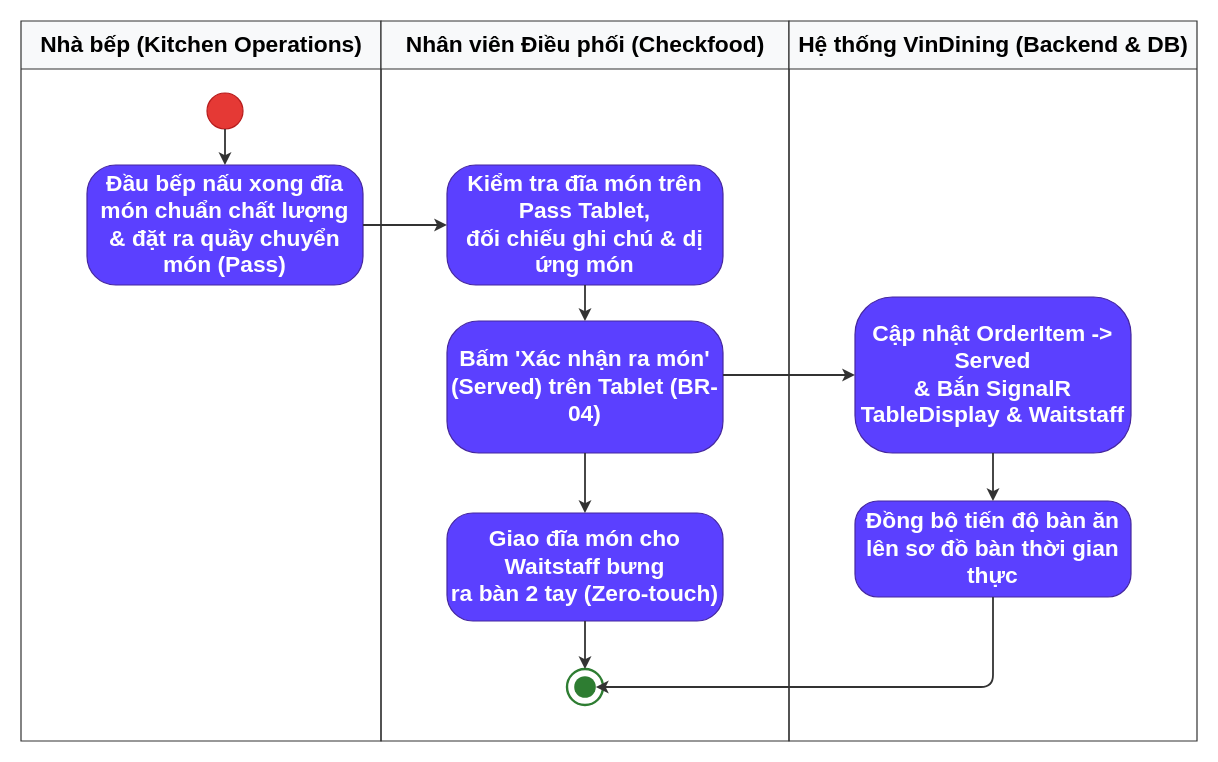
AndrewQng/VinDining keeps this draw.io diagram as docs/phase1/drawio/ad03_serving_confirmation.drawio. Above is the earlier version. Source tidied: cells renumbered, new cells numbered last; positions are measured from the earlier drawing's top-left corner, leaving out a move shared by most shapes. Both pictures are drawn from the tidied source at 120%, with x=0, y=0 at pixel (20, 20).
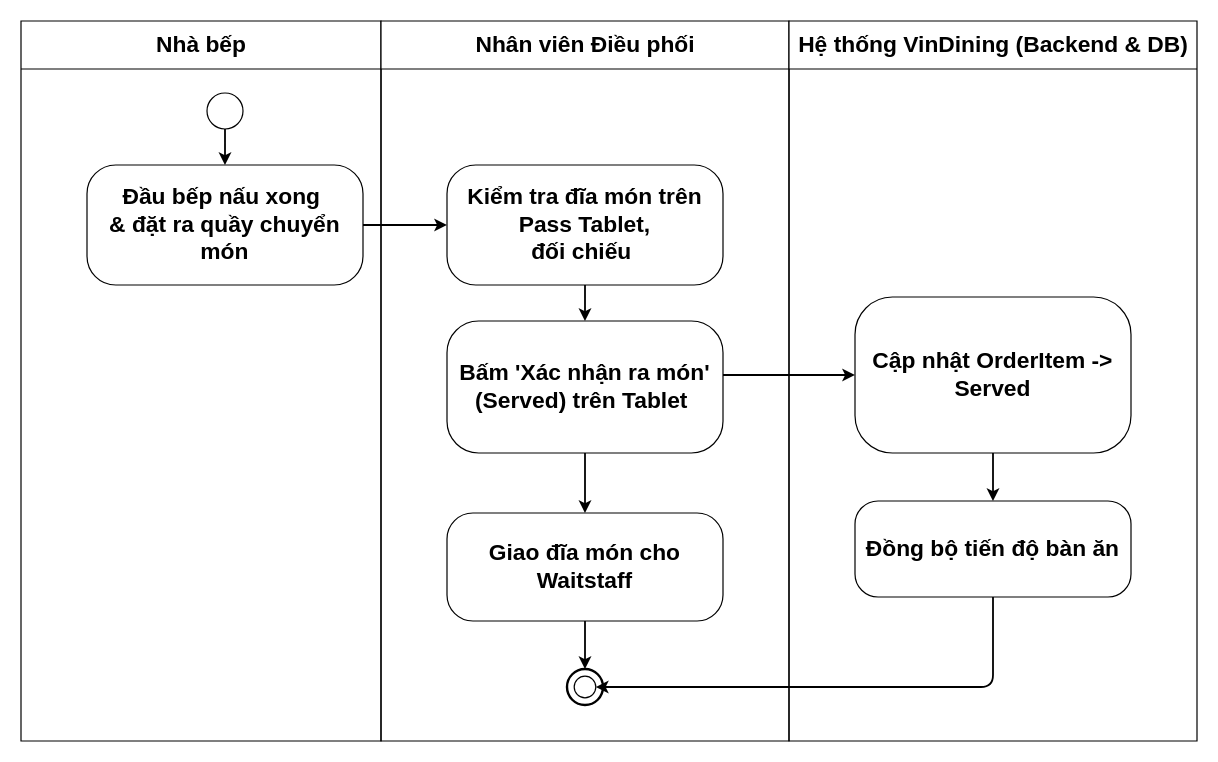
After the change.

The edit, as a diff of the source:
```diff
@@
-    <mxCell id="2" value="Nhà bếp (Kitchen Operations)" style="swimlane;html=1;startSize=40;horizontal=1;fontStyle=1;fontSize=19;align=center;verticalAlign=middle;fillColor=#f8f9fa;strokeColor=#333333;swimlaneLine=1;" parent="1" vertex="1">
+    <mxCell id="2" value="Nhà bếp" style="swimlane;html=1;startSize=40;horizontal=1;fontStyle=1;fontSize=19;align=center;verticalAlign=middle;swimlaneLine=1;" parent="1" vertex="1">
       <mxGeometry width="300" height="600" as="geometry" />
     </mxCell>
-    <mxCell id="3" style="ellipse;whiteSpace=wrap;html=1;fillColor=#e53935;strokeColor=#b71c1c;fontSize=19;" parent="2" vertex="1">
+    <mxCell id="3" style="ellipse;whiteSpace=wrap;html=1;fontSize=19;" parent="2" vertex="1">
       <mxGeometry x="155" y="60" width="30" height="30" as="geometry" />
     </mxCell>
-    <mxCell id="4" value="Đầu bếp nấu xong đĩa món chuẩn chất lượng&#10;&amp;amp; đặt ra quầy chuyển món (Pass)" style="rounded=1;arcSize=24;whiteSpace=wrap;html=1;fillColor=#5b40ff;strokeColor=#4527a0;fontColor=#ffffff;fontStyle=1;fontSize=19;align=center;verticalAlign=middle;" parent="2" vertex="1">
+    <mxCell id="4" value="Đầu bếp nấu xong&amp;nbsp;&lt;br&gt;&amp;amp; đặt ra quầy chuyển món" style="rounded=1;arcSize=24;whiteSpace=wrap;html=1;fontStyle=1;fontSize=19;align=center;verticalAlign=middle;" parent="2" vertex="1">
       <mxGeometry x="55" y="120" width="230" height="100" as="geometry" />
     </mxCell>
-    <mxCell id="5" value="Nhân viên Điều phối (Checkfood)" style="swimlane;html=1;startSize=40;horizontal=1;fontStyle=1;fontSize=19;align=center;verticalAlign=middle;fillColor=#f8f9fa;strokeColor=#333333;swimlaneLine=1;" parent="1" vertex="1">
+    <mxCell id="5" value="Nhân viên Điều phối" style="swimlane;html=1;startSize=40;horizontal=1;fontStyle=1;fontSize=19;align=center;verticalAlign=middle;swimlaneLine=1;" parent="1" vertex="1">
       <mxGeometry x="300" width="340" height="600" as="geometry" />
     </mxCell>
-    <mxCell id="6" value="Kiểm tra đĩa món trên Pass Tablet,&#10;đối chiếu ghi chú &amp;amp; dị ứng món" style="rounded=1;arcSize=24;whiteSpace=wrap;html=1;fillColor=#5b40ff;strokeColor=#4527a0;fontColor=#ffffff;fontStyle=1;fontSize=19;align=center;verticalAlign=middle;" parent="5" vertex="1">
+    <mxCell id="6" value="Kiểm tra đĩa món trên Pass Tablet,&lt;br&gt;đối chiếu&amp;nbsp;" style="rounded=1;arcSize=24;whiteSpace=wrap;html=1;fontStyle=1;fontSize=19;align=center;verticalAlign=middle;" parent="5" vertex="1">
       <mxGeometry x="55" y="120" width="230" height="100" as="geometry" />
     </mxCell>
-    <mxCell id="7" value="Bấm 'Xác nhận ra món'&#10;(Served) trên Tablet (BR-04)" style="rounded=1;arcSize=24;whiteSpace=wrap;html=1;fillColor=#5b40ff;strokeColor=#4527a0;fontColor=#ffffff;fontStyle=1;fontSize=19;align=center;verticalAlign=middle;" parent="5" vertex="1">
+    <mxCell id="7" value="Bấm 'Xác nhận ra món'&lt;br&gt;(Served) trên Tablet&amp;nbsp;" style="rounded=1;arcSize=24;whiteSpace=wrap;html=1;fontStyle=1;fontSize=19;align=center;verticalAlign=middle;" parent="5" vertex="1">
       <mxGeometry x="55" y="250" width="230" height="110" as="geometry" />
     </mxCell>
-    <mxCell id="8" value="Giao đĩa món cho Waitstaff bưng&#10;ra bàn 2 tay (Zero-touch)" style="rounded=1;arcSize=24;whiteSpace=wrap;html=1;fillColor=#5b40ff;strokeColor=#4527a0;fontColor=#ffffff;fontStyle=1;fontSize=19;align=center;verticalAlign=middle;" parent="5" vertex="1">
+    <mxCell id="8" value="Giao đĩa món cho Waitstaff" style="rounded=1;arcSize=24;whiteSpace=wrap;html=1;fontStyle=1;fontSize=19;align=center;verticalAlign=middle;" parent="5" vertex="1">
       <mxGeometry x="55" y="410" width="230" height="90" as="geometry" />
     </mxCell>
-    <mxCell id="9" style="ellipse;whiteSpace=wrap;html=1;fillColor=#ffffff;strokeColor=#2e7d32;strokeWidth=2;fontSize=19;" parent="5" vertex="1">
+    <mxCell id="9" style="ellipse;whiteSpace=wrap;html=1;strokeWidth=2;fontSize=19;" parent="5" vertex="1">
       <mxGeometry x="155" y="540" width="30" height="30" as="geometry" />
     </mxCell>
-    <mxCell id="10" style="ellipse;whiteSpace=wrap;html=1;fillColor=#2e7d32;strokeColor=none;fontSize=19;" parent="5" vertex="1">
+    <mxCell id="10" style="ellipse;whiteSpace=wrap;html=1;fontSize=19;" parent="5" vertex="1">
       <mxGeometry x="161" y="546" width="18" height="18" as="geometry" />
     </mxCell>
-    <mxCell id="11" style="edgeStyle=orthogonalEdgeStyle;rounded=1;jettySize=auto;html=1;strokeColor=#333333;strokeWidth=1.5;fontSize=19;fontColor=#333333;" parent="5" edge="1" source="7" target="8">
+    <mxCell id="11" style="edgeStyle=orthogonalEdgeStyle;rounded=1;jettySize=auto;html=1;strokeWidth=1.5;fontSize=19;fontColor=#333333;" parent="5" edge="1" source="7" target="8">
       <mxGeometry relative="1" as="geometry" />
     </mxCell>
-    <mxCell id="12" style="edgeStyle=orthogonalEdgeStyle;rounded=1;jettySize=auto;html=1;strokeColor=#333333;strokeWidth=1.5;fontSize=19;fontColor=#333333;" parent="5" edge="1" source="8" target="9">
+    <mxCell id="12" style="edgeStyle=orthogonalEdgeStyle;rounded=1;jettySize=auto;html=1;strokeWidth=1.5;fontSize=19;fontColor=#333333;" parent="5" edge="1" source="8" target="9">
       <mxGeometry relative="1" as="geometry" />
     </mxCell>
-    <mxCell id="13" value="Hệ thống VinDining (Backend &amp;amp; DB)" style="swimlane;html=1;startSize=40;horizontal=1;fontStyle=1;fontSize=19;align=center;verticalAlign=middle;fillColor=#f8f9fa;strokeColor=#333333;swimlaneLine=1;" parent="1" vertex="1">
+    <mxCell id="13" value="Hệ thống VinDining (Backend &amp;amp; DB)" style="swimlane;html=1;startSize=40;horizontal=1;fontStyle=1;fontSize=19;align=center;verticalAlign=middle;swimlaneLine=1;" parent="1" vertex="1">
       <mxGeometry x="640" width="340" height="600" as="geometry" />
     </mxCell>
-    <mxCell id="14" value="Cập nhật OrderItem -&amp;gt; Served&#10;&amp;amp; Bắn SignalR TableDisplay &amp;amp; Waitstaff" style="rounded=1;arcSize=24;whiteSpace=wrap;html=1;fillColor=#5b40ff;strokeColor=#4527a0;fontColor=#ffffff;fontStyle=1;fontSize=19;align=center;verticalAlign=middle;" parent="13" vertex="1">
+    <mxCell id="14" value="Cập nhật OrderItem -&amp;gt; Served" style="rounded=1;arcSize=24;whiteSpace=wrap;html=1;fontStyle=1;fontSize=19;align=center;verticalAlign=middle;" parent="13" vertex="1">
       <mxGeometry x="55" y="230" width="230" height="130" as="geometry" />
     </mxCell>
-    <mxCell id="15" value="Đồng bộ tiến độ bàn ăn&#10;lên sơ đồ bàn thời gian thực" style="rounded=1;arcSize=24;whiteSpace=wrap;html=1;fillColor=#5b40ff;strokeColor=#4527a0;fontColor=#ffffff;fontStyle=1;fontSize=19;align=center;verticalAlign=middle;" parent="13" vertex="1">
+    <mxCell id="15" value="Đồng bộ tiến độ bàn ăn" style="rounded=1;arcSize=24;whiteSpace=wrap;html=1;fontStyle=1;fontSize=19;align=center;verticalAlign=middle;" parent="13" vertex="1">
       <mxGeometry x="55" y="400" width="230" height="80" as="geometry" />
     </mxCell>
-    <mxCell id="16" style="edgeStyle=orthogonalEdgeStyle;rounded=1;jettySize=auto;html=1;strokeColor=#333333;strokeWidth=1.5;fontSize=19;fontColor=#333333;" parent="1" edge="1" source="3" target="4">
+    <mxCell id="16" style="edgeStyle=orthogonalEdgeStyle;rounded=1;jettySize=auto;html=1;strokeWidth=1.5;fontSize=19;fontColor=#333333;" parent="1" edge="1" source="3" target="4">
       <mxGeometry relative="1" as="geometry" />
     </mxCell>
-    <mxCell id="17" style="edgeStyle=orthogonalEdgeStyle;rounded=1;jettySize=auto;html=1;strokeColor=#333333;strokeWidth=1.5;fontSize=19;fontColor=#333333;" parent="1" edge="1" source="4" target="6">
+    <mxCell id="17" style="edgeStyle=orthogonalEdgeStyle;rounded=1;jettySize=auto;html=1;strokeWidth=1.5;fontSize=19;fontColor=#333333;" parent="1" edge="1" source="4" target="6">
       <mxGeometry relative="1" as="geometry" />
     </mxCell>
-    <mxCell id="18" style="edgeStyle=orthogonalEdgeStyle;rounded=1;jettySize=auto;html=1;strokeColor=#333333;strokeWidth=1.5;fontSize=19;fontColor=#333333;" parent="1" edge="1" source="6" target="7">
+    <mxCell id="18" style="edgeStyle=orthogonalEdgeStyle;rounded=1;jettySize=auto;html=1;strokeWidth=1.5;fontSize=19;fontColor=#333333;" parent="1" edge="1" source="6" target="7">
       <mxGeometry relative="1" as="geometry" />
     </mxCell>
-    <mxCell id="19" style="edgeStyle=orthogonalEdgeStyle;rounded=1;jettySize=auto;html=1;strokeColor=#333333;strokeWidth=1.5;fontSize=19;fontColor=#333333;" parent="1" edge="1" source="7" target="14">
+    <mxCell id="19" style="edgeStyle=orthogonalEdgeStyle;rounded=1;jettySize=auto;html=1;strokeWidth=1.5;fontSize=19;fontColor=#333333;" parent="1" edge="1" source="7" target="14">
       <mxGeometry relative="1" as="geometry">
         <Array as="points">
           <mxPoint x="620" y="295" />
           <mxPoint x="620" y="295" />
         </Array>
       </mxGeometry>
     </mxCell>
-    <mxCell id="20" style="edgeStyle=orthogonalEdgeStyle;rounded=1;jettySize=auto;html=1;strokeColor=#333333;strokeWidth=1.5;fontSize=19;fontColor=#333333;" parent="1" edge="1" source="14" target="15">
+    <mxCell id="20" style="edgeStyle=orthogonalEdgeStyle;rounded=1;jettySize=auto;html=1;strokeWidth=1.5;fontSize=19;fontColor=#333333;" parent="1" edge="1" source="14" target="15">
       <mxGeometry relative="1" as="geometry" />
     </mxCell>
-    <mxCell id="21" style="edgeStyle=orthogonalEdgeStyle;rounded=1;jettySize=auto;html=1;strokeColor=#333333;strokeWidth=1.5;fontSize=19;fontColor=#333333;entryX=1;entryY=0.5;entryDx=0;entryDy=0;" parent="1" edge="1" source="15" target="10">
+    <mxCell id="21" style="edgeStyle=orthogonalEdgeStyle;rounded=1;jettySize=auto;html=1;strokeWidth=1.5;fontSize=19;fontColor=#333333;entryX=1;entryY=0.5;entryDx=0;entryDy=0;" parent="1" edge="1" source="15" target="10">
       <mxGeometry relative="1" as="geometry">
         <Array as="points">
           <mxPoint x="810" y="555" />
         </Array>
       </mxGeometry>
     </mxCell>
```
